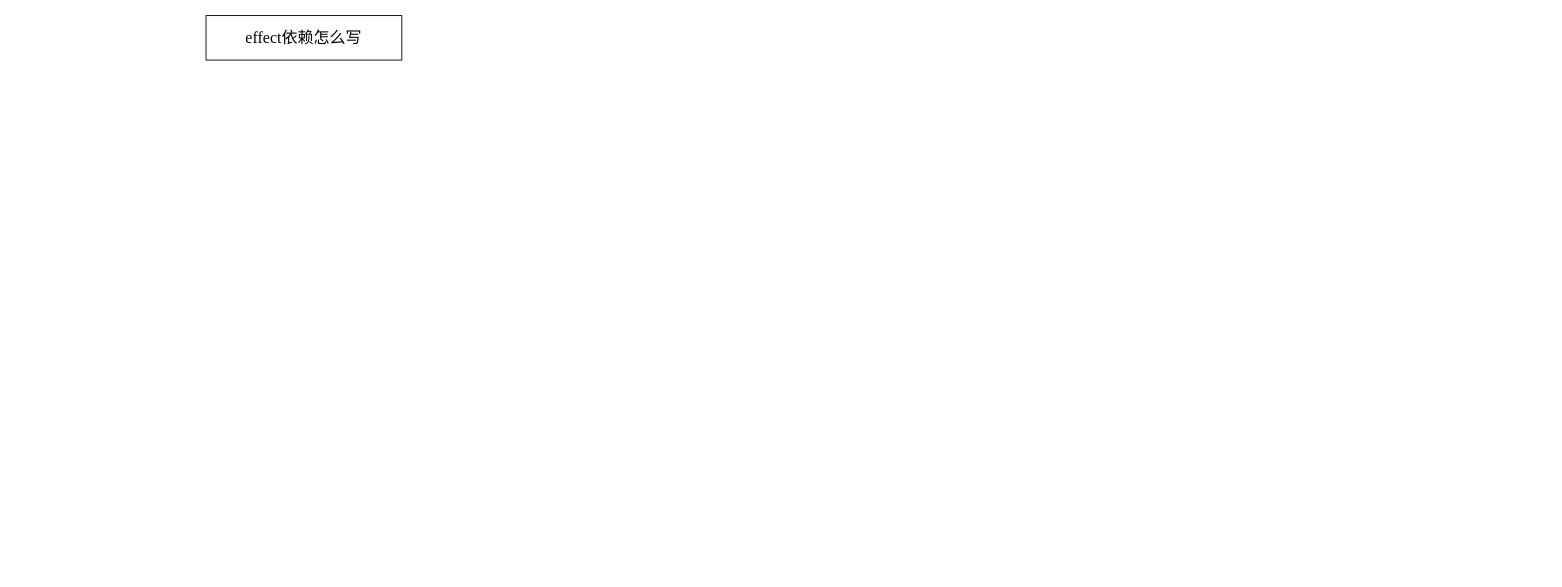
The draw.io diagram 未命名绘图.drawio in wkstudy/drawio, before the edit. Source tidied: cells renumbered, new cells numbered last; positions are measured from the earlier drawing's top-left corner, leaving out a move shared by most shapes. Both pictures are drawn from the tidied source at 89%, with x=0, y=0 at pixel (206, 15).
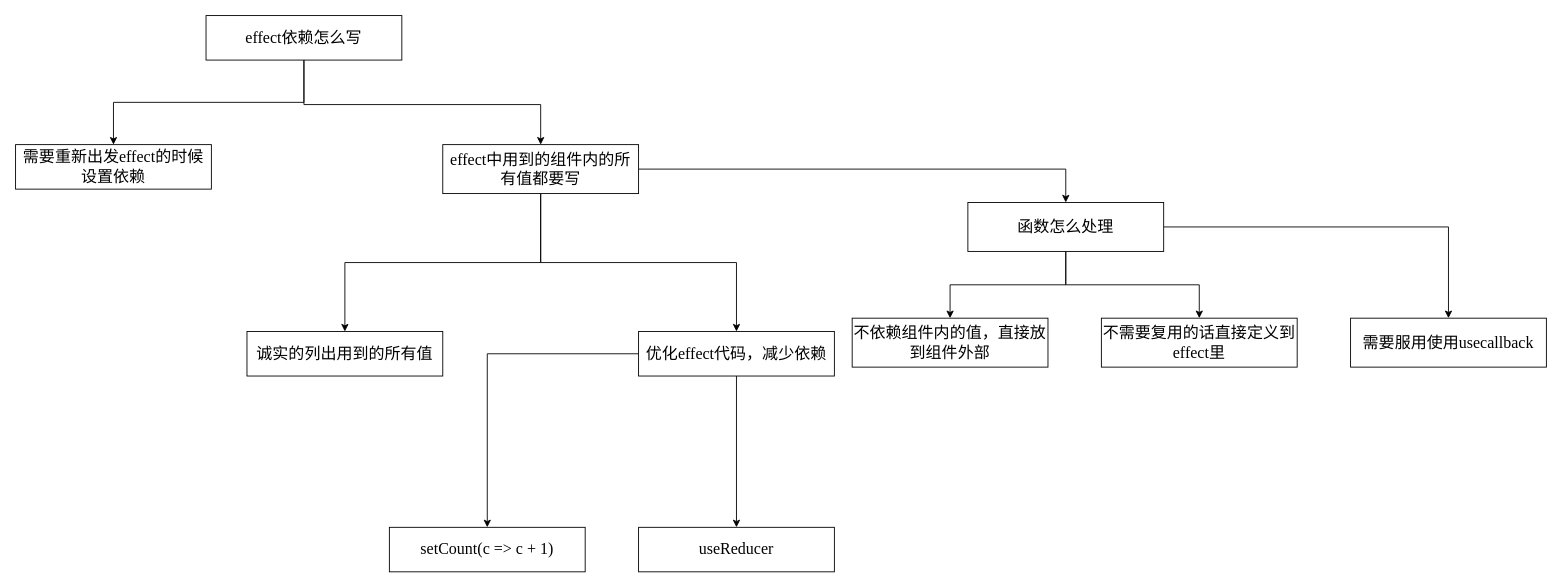
Above is the later version.

Unchanged cells that the change refers to:
```xml
<mxCell id="2" value="&lt;font style=&quot;font-size: 18px;&quot; face=&quot;Times New Roman&quot;&gt;effect依赖怎么写&lt;/font&gt;" style="rounded=0;whiteSpace=wrap;html=1;" parent="1" vertex="1">
  <mxGeometry width="220" height="50" as="geometry" />
</mxCell>
```

Diff of the diagram source:
```diff
@@
+    <mxCell id="3" style="edgeStyle=orthogonalEdgeStyle;rounded=0;jettySize=auto;html=1;" parent="1" edge="1" source="2" target="5">
+      <mxGeometry relative="1" as="geometry" />
+    </mxCell>
+    <mxCell id="4" style="edgeStyle=orthogonalEdgeStyle;rounded=0;jettySize=auto;html=1;" parent="1" edge="1" source="2" target="9">
+      <mxGeometry relative="1" as="geometry">
+        <Array as="points">
+          <mxPoint x="110" y="100" />
+          <mxPoint x="376" y="100" />
+        </Array>
+      </mxGeometry>
+    </mxCell>
@@
+    <mxCell id="5" value="&lt;font face=&quot;Times New Roman&quot;&gt;&lt;span style=&quot;font-size: 18px;&quot;&gt;需要重新出发effect的时候设置依赖&lt;/span&gt;&lt;/font&gt;" style="rounded=0;whiteSpace=wrap;html=1;" parent="1" vertex="1">
+      <mxGeometry x="-214" y="145" width="220" height="50" as="geometry" />
+    </mxCell>
+    <mxCell id="6" style="edgeStyle=orthogonalEdgeStyle;rounded=0;jettySize=auto;html=1;" parent="1" edge="1" source="9" target="10">
+      <mxGeometry relative="1" as="geometry" />
+    </mxCell>
+    <mxCell id="7" style="edgeStyle=orthogonalEdgeStyle;rounded=0;jettySize=auto;html=1;" parent="1" edge="1" source="9" target="13">
+      <mxGeometry relative="1" as="geometry" />
+    </mxCell>
+    <mxCell id="8" style="edgeStyle=orthogonalEdgeStyle;rounded=0;jettySize=auto;html=1;" parent="1" edge="1" source="9" target="19">
+      <mxGeometry relative="1" as="geometry" />
+    </mxCell>
+    <mxCell id="9" value="&lt;font style=&quot;font-size: 18px;&quot; face=&quot;Times New Roman&quot;&gt;effect中用到的组件内的所有值都要写&lt;/font&gt;" style="rounded=0;whiteSpace=wrap;html=1;" parent="1" vertex="1">
+      <mxGeometry x="266" y="145" width="220" height="55" as="geometry" />
+    </mxCell>
+    <mxCell id="10" value="&lt;font face=&quot;Times New Roman&quot;&gt;&lt;span style=&quot;font-size: 18px;&quot;&gt;诚实的列出用到的所有值&lt;/span&gt;&lt;/font&gt;" style="rounded=0;whiteSpace=wrap;html=1;" parent="1" vertex="1">
+      <mxGeometry x="46" y="355" width="220" height="50" as="geometry" />
+    </mxCell>
+    <mxCell id="11" style="edgeStyle=orthogonalEdgeStyle;rounded=0;jettySize=auto;html=1;" parent="1" edge="1" source="13" target="14">
+      <mxGeometry relative="1" as="geometry" />
+    </mxCell>
+    <mxCell id="12" style="edgeStyle=orthogonalEdgeStyle;rounded=0;jettySize=auto;html=1;" parent="1" edge="1" source="13" target="15">
+      <mxGeometry relative="1" as="geometry" />
+    </mxCell>
+    <mxCell id="13" value="&lt;font style=&quot;font-size: 18px;&quot; face=&quot;Times New Roman&quot;&gt;优化effect代码，减少依赖&lt;/font&gt;" style="rounded=0;whiteSpace=wrap;html=1;" parent="1" vertex="1">
+      <mxGeometry x="486" y="355" width="220" height="50" as="geometry" />
+    </mxCell>
+    <mxCell id="14" value="&lt;font face=&quot;Times New Roman&quot;&gt;&lt;span style=&quot;font-size: 18px;&quot;&gt;setCount(c =&amp;gt; c + 1)&lt;/span&gt;&lt;/font&gt;" style="rounded=0;whiteSpace=wrap;html=1;" parent="1" vertex="1">
+      <mxGeometry x="206" y="575" width="220" height="50" as="geometry" />
+    </mxCell>
+    <mxCell id="15" value="&lt;font style=&quot;font-size: 18px;&quot; face=&quot;Times New Roman&quot;&gt;useReducer&lt;/font&gt;" style="rounded=0;whiteSpace=wrap;html=1;" parent="1" vertex="1">
+      <mxGeometry x="486" y="575" width="220" height="50" as="geometry" />
+    </mxCell>
+    <mxCell id="16" style="edgeStyle=orthogonalEdgeStyle;rounded=0;jettySize=auto;html=1;" parent="1" edge="1" source="19" target="20">
+      <mxGeometry relative="1" as="geometry" />
+    </mxCell>
+    <mxCell id="17" style="edgeStyle=orthogonalEdgeStyle;rounded=0;jettySize=auto;html=1;" parent="1" edge="1" source="19" target="21">
+      <mxGeometry relative="1" as="geometry" />
+    </mxCell>
+    <mxCell id="18" style="edgeStyle=orthogonalEdgeStyle;rounded=0;jettySize=auto;html=1;" parent="1" edge="1" source="19" target="22">
+      <mxGeometry relative="1" as="geometry" />
+    </mxCell>
+    <mxCell id="19" value="&lt;font face=&quot;Times New Roman&quot;&gt;&lt;span style=&quot;font-size: 18px;&quot;&gt;函数怎么处理&lt;/span&gt;&lt;/font&gt;" style="rounded=0;whiteSpace=wrap;html=1;" parent="1" vertex="1">
+      <mxGeometry x="856" y="210" width="220" height="55" as="geometry" />
+    </mxCell>
+    <mxCell id="20" value="&lt;font face=&quot;Times New Roman&quot;&gt;&lt;span style=&quot;font-size: 18px;&quot;&gt;不依赖组件内的值，直接放到组件外部&lt;/span&gt;&lt;/font&gt;" style="rounded=0;whiteSpace=wrap;html=1;" parent="1" vertex="1">
+      <mxGeometry x="726" y="340" width="220" height="55" as="geometry" />
+    </mxCell>
+    <mxCell id="21" value="&lt;font face=&quot;Times New Roman&quot;&gt;&lt;span style=&quot;font-size: 18px;&quot;&gt;不需要复用的话直接定义到effect里&lt;/span&gt;&lt;/font&gt;" style="rounded=0;whiteSpace=wrap;html=1;" parent="1" vertex="1">
+      <mxGeometry x="1006" y="340" width="220" height="55" as="geometry" />
+    </mxCell>
+    <mxCell id="22" value="&lt;font face=&quot;Times New Roman&quot;&gt;&lt;span style=&quot;font-size: 18px;&quot;&gt;需要服用使用usecallback&lt;/span&gt;&lt;/font&gt;" style="rounded=0;whiteSpace=wrap;html=1;" parent="1" vertex="1">
+      <mxGeometry x="1286" y="340" width="220" height="55" as="geometry" />
+    </mxCell>
```
